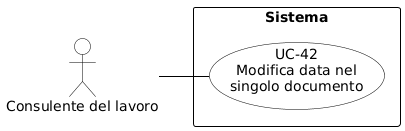
Above: RTB/Analisi dei Requisiti/diagrammi_use_case/UC-42.png in aLittleByte-19/Documentazione (PlantUML), before the change.
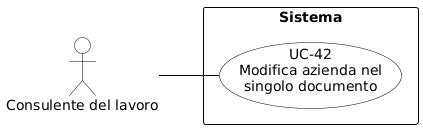
The same diagram one commit later.

Change to the diagram source:
```diff
@@ -2,8 +2,6 @@
 skinparam shadowing false
 skinparam defaultFontName Arial
 left to right direction
-skinparam nodesep 15
-skinparam ranksep 50
 
 skinparam usecase {
     BackgroundColor white
@@ -19,11 +17,11 @@
     FontStyle bold
 }
 
-actor "Consulente del lavoro" as CL
+actor "Consulente del lavoro" as cdl
 
 rectangle "Sistema" {
-    usecase "UC-42\nModifica data nel\nsingolo documento" as UC42
+    usecase "UC-42\nModifica azienda nel\nsingolo documento" as UC42
 }
 
-CL -- UC42
+cdl -- UC42
 @enduml
```
